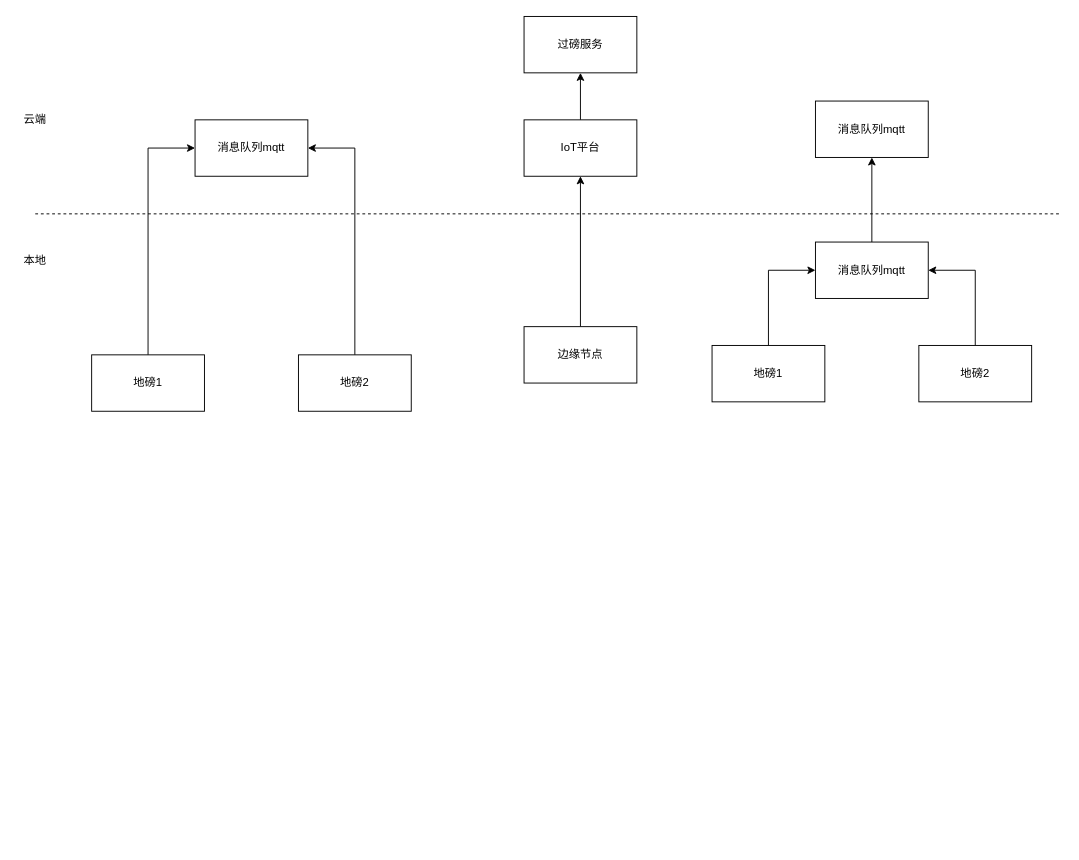
Before: 过磅本地v3.drawio in lipeng260/drawio, a draw.io diagram. Source tidied: cells renumbered, new cells numbered last; positions are measured from the earlier drawing's top-left corner, leaving out a move shared by most shapes. Both pictures are drawn from the tidied source at 94%, with x=0, y=0 at pixel (16, 16).
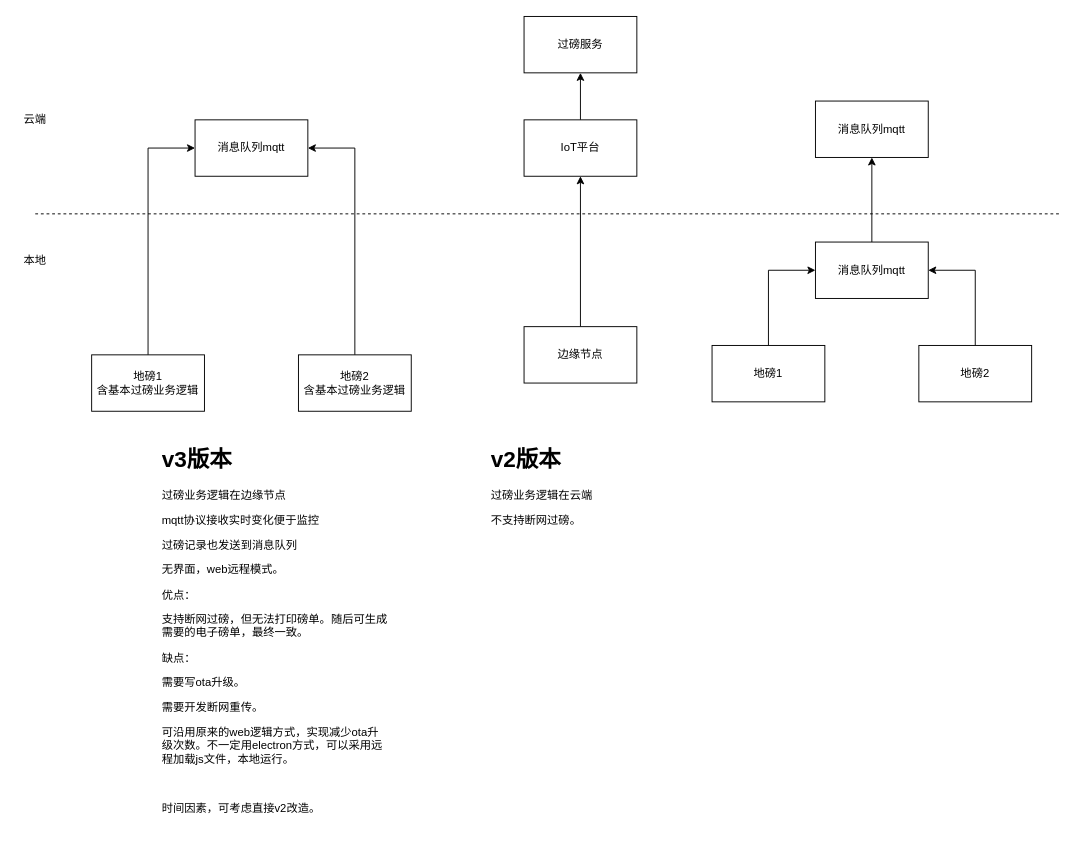
The same page after the edit.

Change to the diagram source:
```diff
@@
-    <mxCell id="3" value="地磅1" style="rounded=0;whiteSpace=wrap;html=1;" parent="1" vertex="1">
+    <mxCell id="3" value="地磅1&lt;br&gt;含基本过磅业务逻辑" style="rounded=0;whiteSpace=wrap;html=1;" parent="1" vertex="1">
       <mxGeometry x="80" y="360" width="120" height="60" as="geometry" />
     </mxCell>
@@
-    <mxCell id="8" value="地磅2" style="rounded=0;whiteSpace=wrap;html=1;" parent="1" vertex="1">
+    <mxCell id="8" value="地磅2&lt;br&gt;含基本过磅业务逻辑" style="rounded=0;whiteSpace=wrap;html=1;" parent="1" vertex="1">
       <mxGeometry x="300" y="360" width="120" height="60" as="geometry" />
     </mxCell>
@@
+    <mxCell id="22" value="&lt;h1&gt;v3版本&lt;/h1&gt;&lt;p&gt;过磅业务逻辑在边缘节点&lt;/p&gt;&lt;p&gt;mqtt协议接收实时变化便于监控&lt;/p&gt;&lt;p&gt;过磅记录也发送到消息队列&lt;/p&gt;&lt;p&gt;无界面，web远程模式。&lt;/p&gt;&lt;p&gt;优点：&lt;/p&gt;&lt;p&gt;支持断网过磅，但无法打印磅单。随后可生成需要的电子磅单，最终一致。&lt;/p&gt;&lt;p&gt;缺点：&lt;/p&gt;&lt;p&gt;需要写ota升级。&lt;/p&gt;&lt;p&gt;需要开发断网重传。&lt;/p&gt;&lt;p&gt;可沿用原来的web逻辑方式，实现减少ota升级次数。不一定用electron方式，可以采用远程加载js文件，本地运行。&lt;/p&gt;&lt;p&gt;&lt;br&gt;&lt;/p&gt;&lt;p&gt;时间因素，可考虑直接v2改造。&lt;/p&gt;" style="text;html=1;strokeColor=none;fillColor=none;spacing=5;spacingTop=-20;whiteSpace=wrap;overflow=hidden;rounded=0;shadow=0;" parent="1" vertex="1">
+      <mxGeometry x="150" y="452" width="250" height="428" as="geometry" />
+    </mxCell>
+    <mxCell id="23" value="&lt;h1&gt;v2版本&lt;/h1&gt;&lt;p&gt;过磅业务逻辑在云端&lt;/p&gt;&lt;p&gt;不支持断网过磅。&lt;/p&gt;" style="text;html=1;strokeColor=none;fillColor=none;spacing=5;spacingTop=-20;whiteSpace=wrap;overflow=hidden;rounded=0;shadow=0;" parent="1" vertex="1">
+      <mxGeometry x="500" y="452" width="235" height="205" as="geometry" />
+    </mxCell>
```
